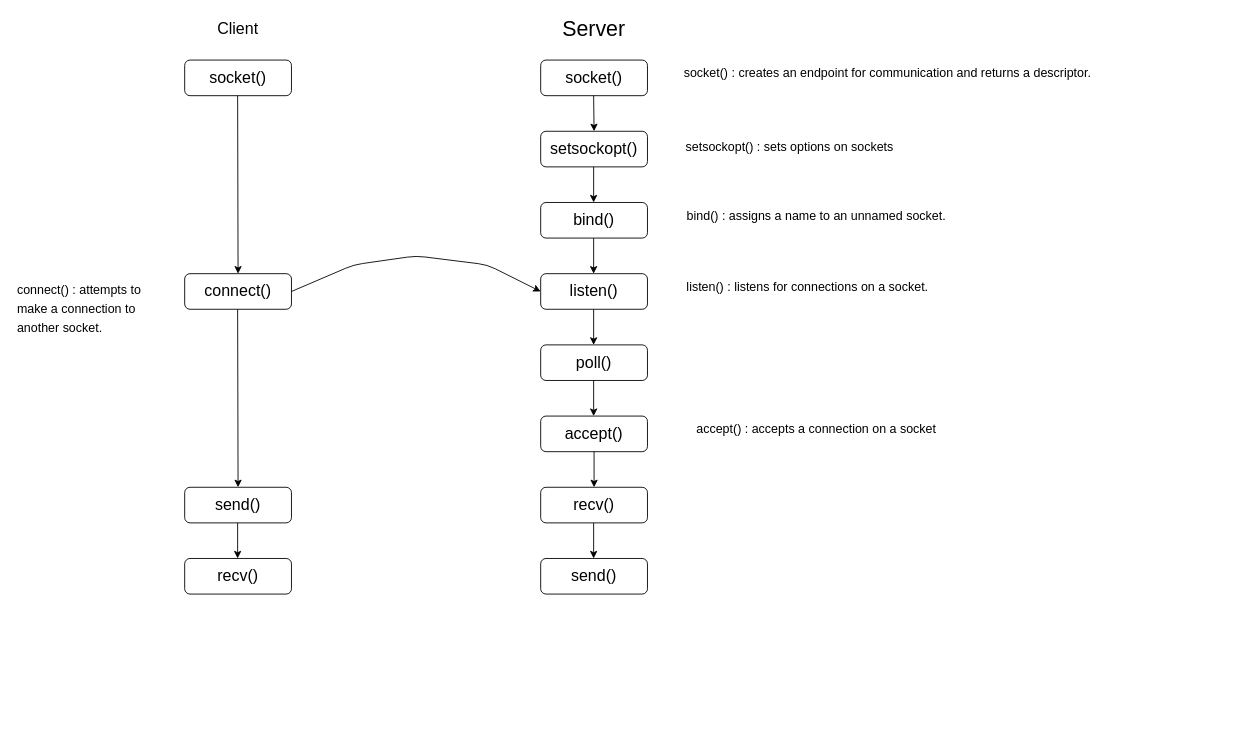
The draw.io diagram src/server/Server.drawio in zrabhi/ft_irc, before the edit. Source tidied: cells renumbered, new cells numbered last; positions are measured from the earlier drawing's top-left corner, leaving out a move shared by most shapes. Both pictures are drawn from the tidied source at 89%, with x=0, y=0 at pixel (15, 15).
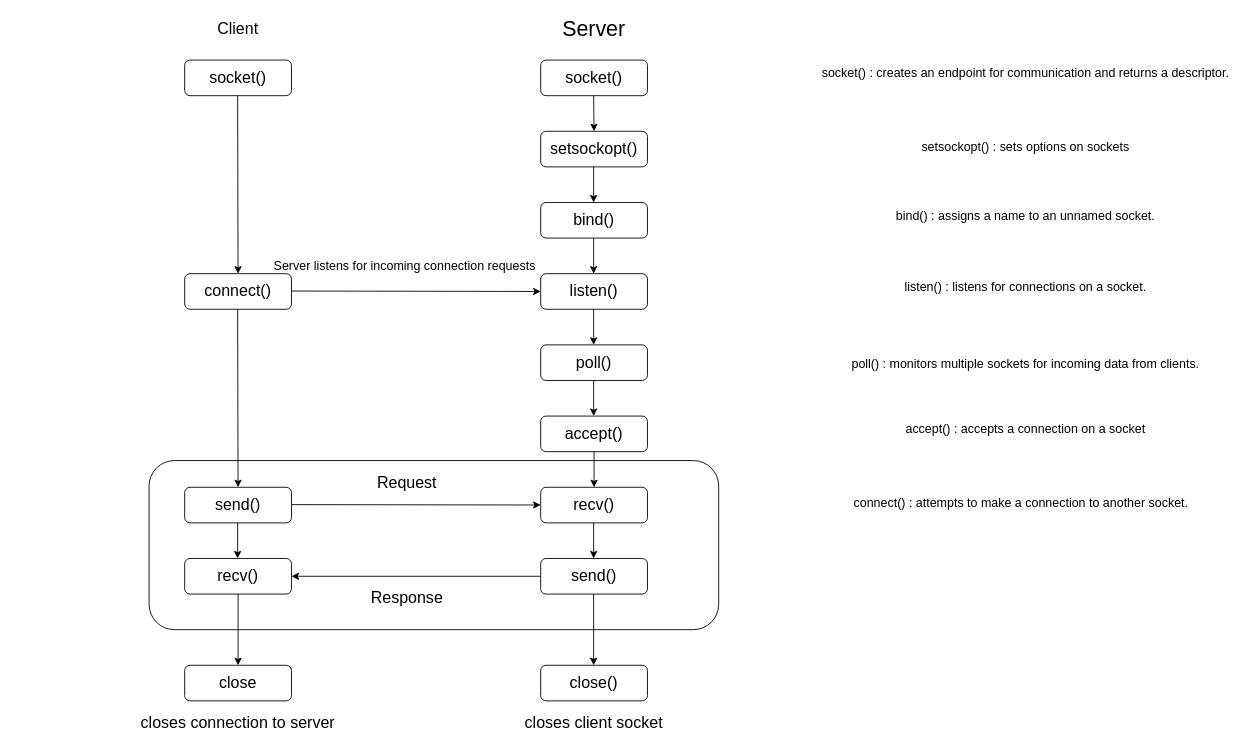
The same diagram, later.

Commit message (it also covers changes not shown here):
I guess the server is working properly, to start on the next step

Unchanged cells that the change refers to:
```xml
<mxCell id="5" value="&lt;font style=&quot;font-size: 18px;&quot;&gt;listen()&lt;/font&gt;" style="rounded=1;whiteSpace=wrap;html=1;" parent="1" vertex="1">
  <mxGeometry x="590" y="290" width="120" height="40" as="geometry" />
</mxCell>
<mxCell id="15" value="&lt;font style=&quot;font-size: 18px;&quot;&gt;send()&lt;/font&gt;" style="rounded=1;whiteSpace=wrap;html=1;" parent="1" vertex="1">
  <mxGeometry x="590" y="610" width="120" height="40" as="geometry" />
</mxCell>
<mxCell id="16" value="&lt;font style=&quot;font-size: 18px;&quot;&gt;recv()&lt;/font&gt;" style="rounded=1;whiteSpace=wrap;html=1;" parent="1" vertex="1">
  <mxGeometry x="590" y="530" width="120" height="40" as="geometry" />
</mxCell>
<mxCell id="24" value="&lt;font style=&quot;font-size: 18px;&quot;&gt;recv()&lt;/font&gt;" style="rounded=1;whiteSpace=wrap;html=1;" parent="1" vertex="1">
  <mxGeometry x="190" y="610" width="120" height="40" as="geometry" />
</mxCell>
```

The edit, as a diff of the source:
```diff
@@
+    <mxCell id="33" style="whiteSpace=wrap;html=1;rounded=1;" parent="1" vertex="1">
+      <mxGeometry x="150" y="500" width="640" height="190" as="geometry" />
+    </mxCell>
@@
-    <mxCell id="9" value="&lt;font style=&quot;font-size: 24px;&quot;&gt;Server&lt;/font&gt;" style="text;strokeColor=none;align=center;fillColor=none;html=1;verticalAlign=middle;whiteSpace=wrap;rounded=0;" parent="1" vertex="1">
+    <mxCell id="9" value="&lt;font style=&quot;font-size: 24px;&quot;&gt;Server&lt;/font&gt;" style="text;strokeColor=none;align=center;fillColor=none;html=1;verticalAlign=middle;whiteSpace=wrap;rounded=1;" parent="1" vertex="1">
       <mxGeometry x="620" width="60" height="30" as="geometry" />
     </mxCell>
-    <mxCell id="10" value="Client" style="text;strokeColor=none;align=center;fillColor=none;html=1;verticalAlign=middle;whiteSpace=wrap;rounded=0;fontSize=18;" parent="1" vertex="1">
+    <mxCell id="10" value="Client" style="text;strokeColor=none;align=center;fillColor=none;html=1;verticalAlign=middle;whiteSpace=wrap;rounded=1;fontSize=18;" parent="1" vertex="1">
       <mxGeometry x="220" width="60" height="30" as="geometry" />
     </mxCell>
@@
-    <mxCell id="14" style="endArrow=classic;html=1;rounded=1;fontSize=18;" parent="1" edge="1">
-      <mxGeometry relative="1" as="geometry">
-        <mxPoint x="310" y="310" as="sourcePoint" />
-        <mxPoint x="590" y="310" as="targetPoint" />
-        <Array as="points">
-          <mxPoint x="380" y="280" />
-          <mxPoint x="450" y="270" />
-          <mxPoint x="530" y="280" />
-        </Array>
-      </mxGeometry>
-    </mxCell>
@@
-    <mxCell id="27" value="&lt;font style=&quot;font-size: 14px;&quot;&gt;setsockopt() : sets options on sockets&lt;/font&gt;" style="text;whiteSpace=wrap;html=1;fontSize=18;align=center;" parent="1" vertex="1">
-      <mxGeometry x="750" y="130" width="240" height="40" as="geometry" />
+    <mxCell id="27" value="&lt;font style=&quot;font-size: 14px;&quot;&gt;setsockopt() : sets options on sockets&lt;/font&gt;" style="text;whiteSpace=wrap;html=1;fontSize=18;align=center;rounded=1;" parent="1" vertex="1">
+      <mxGeometry x="1015" y="130" width="240" height="40" as="geometry" />
     </mxCell>
-    <mxCell id="28" value="socket() : creates an endpoint for communication and returns a descriptor." style="text;whiteSpace=wrap;html=1;fontSize=14;align=center;" parent="1" vertex="1">
-      <mxGeometry x="750" y="50" width="460" height="40" as="geometry" />
+    <mxCell id="28" value="socket() : creates an endpoint for communication and returns a descriptor." style="text;whiteSpace=wrap;html=1;fontSize=14;align=center;rounded=1;" parent="1" vertex="1">
+      <mxGeometry x="905" y="50" width="460" height="40" as="geometry" />
     </mxCell>
-    <mxCell id="29" value="bind() : assigns a name to an unnamed socket." style="text;whiteSpace=wrap;html=1;fontSize=14;align=center;" parent="1" vertex="1">
-      <mxGeometry x="750" y="210" width="300" height="40" as="geometry" />
+    <mxCell id="29" value="bind() : assigns a name to an unnamed socket." style="text;whiteSpace=wrap;html=1;fontSize=14;align=center;rounded=1;" parent="1" vertex="1">
+      <mxGeometry x="985" y="210" width="300" height="40" as="geometry" />
     </mxCell>
-    <mxCell id="30" value="listen() : listens for connections on a socket." style="text;whiteSpace=wrap;html=1;fontSize=14;align=center;" parent="1" vertex="1">
-      <mxGeometry x="750" y="290" width="280" height="40" as="geometry" />
+    <mxCell id="30" value="listen() : listens for connections on a socket." style="text;whiteSpace=wrap;html=1;fontSize=14;align=center;rounded=1;" parent="1" vertex="1">
+      <mxGeometry x="995" y="290" width="280" height="40" as="geometry" />
     </mxCell>
-    <mxCell id="31" value="accept() : accepts a connection on a socket" style="text;whiteSpace=wrap;html=1;fontSize=14;align=center;" parent="1" vertex="1">
-      <mxGeometry x="750" y="450" width="300" height="40" as="geometry" />
+    <mxCell id="31" value="accept() : accepts a connection on a socket" style="text;whiteSpace=wrap;html=1;fontSize=14;align=center;rounded=1;" parent="1" vertex="1">
+      <mxGeometry x="985" y="450" width="300" height="40" as="geometry" />
     </mxCell>
-    <mxCell id="32" value="&lt;font style=&quot;font-size: 14px;&quot;&gt;connect() : attempts to make a connection to another socket.&lt;/font&gt;" style="text;whiteSpace=wrap;html=1;fontSize=18;" parent="1" vertex="1">
-      <mxGeometry y="290" width="150" height="80" as="geometry" />
+    <mxCell id="32" value="&lt;font style=&quot;font-size: 14px;&quot;&gt;connect() : attempts to make a connection to another socket.&lt;/font&gt;" style="text;whiteSpace=wrap;html=1;fontSize=18;rounded=1;" parent="1" vertex="1">
+      <mxGeometry x="940" y="530" width="390" height="40" as="geometry" />
     </mxCell>
+    <mxCell id="34" style="edgeStyle=none;jettySize=auto;html=1;" parent="1" edge="1" target="16">
+      <mxGeometry relative="1" as="geometry">
+        <mxPoint x="310" y="549.5" as="sourcePoint" />
+      </mxGeometry>
+    </mxCell>
+    <mxCell id="35" value="Request" style="text;strokeColor=none;align=center;fillColor=none;html=1;verticalAlign=middle;whiteSpace=wrap;rounded=1;fontSize=18;" parent="1" vertex="1">
+      <mxGeometry x="410" y="510" width="60" height="30" as="geometry" />
+    </mxCell>
+    <mxCell id="36" style="edgeStyle=none;jettySize=auto;html=1;fontSize=18;entryX=1;entryY=0.5;entryDx=0;entryDy=0;exitX=0;exitY=0.5;exitDx=0;exitDy=0;" parent="1" edge="1" source="15" target="24">
+      <mxGeometry relative="1" as="geometry" />
+    </mxCell>
+    <mxCell id="37" value="Response" style="text;strokeColor=none;align=center;fillColor=none;html=1;verticalAlign=middle;whiteSpace=wrap;rounded=1;fontSize=18;" parent="1" vertex="1">
+      <mxGeometry x="410" y="640" width="60" height="30" as="geometry" />
+    </mxCell>
+    <mxCell id="38" style="edgeStyle=none;orthogonalLoop=1;jettySize=auto;html=1;fontSize=18;" parent="1" edge="1">
+      <mxGeometry relative="1" as="geometry">
+        <mxPoint x="250" y="650" as="sourcePoint" />
+        <mxPoint x="250" y="730" as="targetPoint" />
+      </mxGeometry>
+    </mxCell>
+    <mxCell id="39" style="edgeStyle=none;orthogonalLoop=1;jettySize=auto;html=1;fontSize=18;" parent="1" edge="1">
+      <mxGeometry relative="1" as="geometry">
+        <mxPoint x="649.5" y="650" as="sourcePoint" />
+        <mxPoint x="649.5" y="730" as="targetPoint" />
+      </mxGeometry>
+    </mxCell>
+    <mxCell id="40" style="edgeStyle=none;jettySize=auto;html=1;fontSize=18;entryX=0;entryY=0.5;entryDx=0;entryDy=0;" parent="1" edge="1" target="5">
+      <mxGeometry relative="1" as="geometry">
+        <mxPoint x="310" y="309.5" as="sourcePoint" />
+      </mxGeometry>
+    </mxCell>
+    <mxCell id="41" value="&lt;font style=&quot;font-size: 14px;&quot;&gt;Server listens for incoming connection requests&lt;/font&gt;" style="text;strokeColor=none;align=center;fillColor=none;html=1;verticalAlign=middle;whiteSpace=wrap;rounded=1;fontSize=18;" parent="1" vertex="1">
+      <mxGeometry x="285" y="230" width="305" height="100" as="geometry" />
+    </mxCell>
+    <mxCell id="42" value="&lt;font style=&quot;font-size: 18px;&quot;&gt;close&lt;/font&gt;" style="whiteSpace=wrap;html=1;fontSize=14;rounded=1;" parent="1" vertex="1">
+      <mxGeometry x="190" y="730" width="120" height="40" as="geometry" />
+    </mxCell>
+    <mxCell id="43" value="close()" style="whiteSpace=wrap;html=1;rounded=1;fontSize=18;" parent="1" vertex="1">
+      <mxGeometry x="590" y="730" width="120" height="40" as="geometry" />
+    </mxCell>
+    <mxCell id="44" value="closes connection to server" style="text;strokeColor=none;align=center;fillColor=none;html=1;verticalAlign=middle;whiteSpace=wrap;rounded=0;fontSize=18;" parent="1" vertex="1">
+      <mxGeometry x="110" y="780" width="280" height="30" as="geometry" />
+    </mxCell>
+    <mxCell id="45" value="closes client socket" style="text;strokeColor=none;align=center;fillColor=none;html=1;verticalAlign=middle;whiteSpace=wrap;rounded=0;fontSize=18;" parent="1" vertex="1">
+      <mxGeometry x="550" y="780" width="200" height="30" as="geometry" />
+    </mxCell>
+    <mxCell id="46" value="&lt;font style=&quot;font-size: 14px;&quot;&gt;poll() : monitors multiple sockets for incoming data from clients.&lt;/font&gt;" style="text;strokeColor=none;align=center;fillColor=none;html=1;verticalAlign=middle;whiteSpace=wrap;rounded=0;fontSize=18;" parent="1" vertex="1">
+      <mxGeometry x="915" y="370" width="440" height="40" as="geometry" />
+    </mxCell>
```
